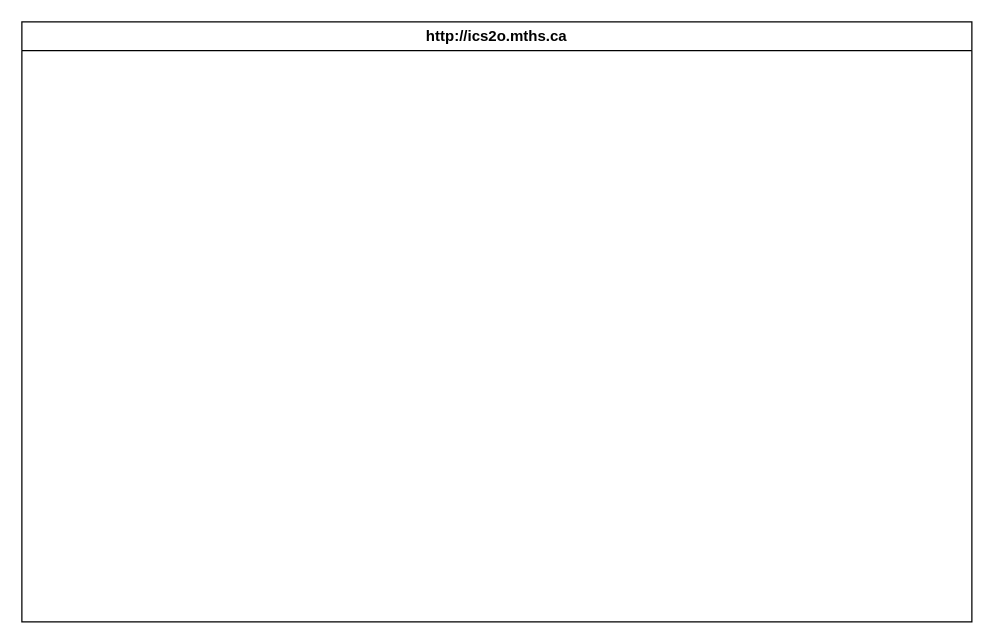
The draw.io diagram design/storyboard.drawio in MTHS-ICD2O-1-2023/ICD2O-Unit-5-06-clara-tyman, before the edit. Source tidied: cells renumbered, new cells numbered last; positions are measured from the earlier drawing's top-left corner, leaving out a move shared by most shapes. Both pictures are drawn from the tidied source at 125%, with x=0, y=0 at pixel (21, 21).
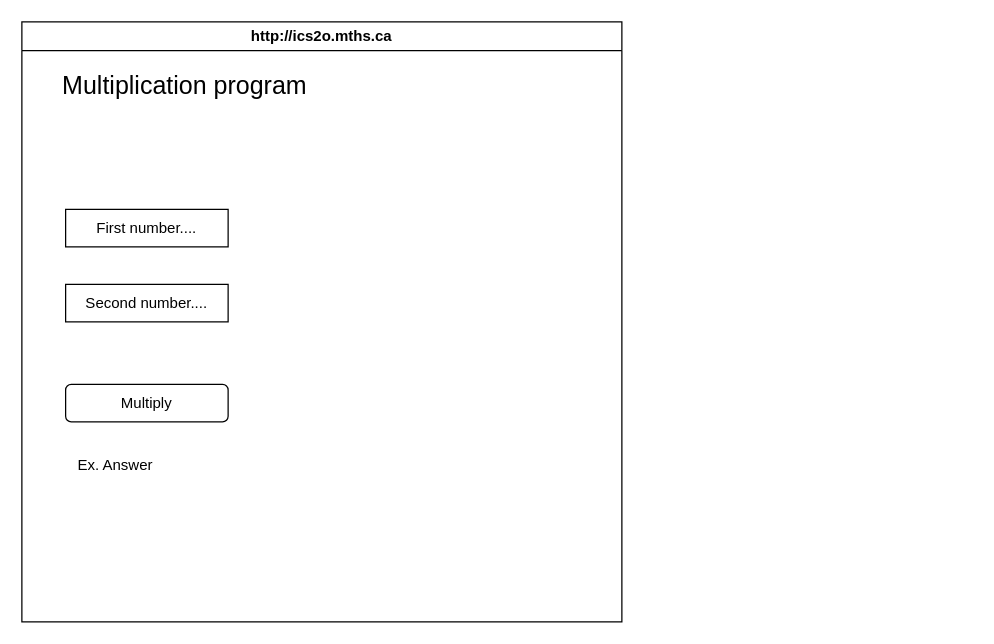
The same page after the edit.

What changed in the source:
```diff
@@
 <mxGraphModel>
   <root>
     <mxCell id="0" />
     <mxCell id="1" parent="0" />
     <mxCell id="2" value="http://ics2o.mths.ca" style="swimlane;whiteSpace=wrap;html=1;" parent="1" vertex="1">
-      <mxGeometry width="760" height="480" as="geometry" />
+      <mxGeometry width="480" height="480" as="geometry" />
     </mxCell>
+    <mxCell id="3" value="First number...." style="rounded=0;whiteSpace=wrap;html=1;" parent="2" vertex="1">
+      <mxGeometry x="35" y="150" width="130" height="30" as="geometry" />
+    </mxCell>
+    <mxCell id="4" value="Second number...." style="rounded=0;whiteSpace=wrap;html=1;" parent="2" vertex="1">
+      <mxGeometry x="35" y="210" width="130" height="30" as="geometry" />
+    </mxCell>
+    <mxCell id="5" value="Multiply" style="rounded=1;whiteSpace=wrap;html=1;" parent="2" vertex="1">
+      <mxGeometry x="35" y="290" width="130" height="30" as="geometry" />
+    </mxCell>
+    <mxCell id="6" value="Ex. Answer" style="text;html=1;strokeColor=none;fillColor=none;align=center;verticalAlign=middle;whiteSpace=wrap;rounded=0;" parent="2" vertex="1">
+      <mxGeometry x="40" y="340" width="70" height="30" as="geometry" />
+    </mxCell>
+    <mxCell id="7" value="Multiplication program" style="text;html=1;align=center;verticalAlign=middle;strokeColor=none;fillColor=none;fontSize=20;" parent="2" vertex="1">
+      <mxGeometry x="20" y="30" width="220" height="40" as="geometry" />
+    </mxCell>
   </root>
 </mxGraphModel>
```
